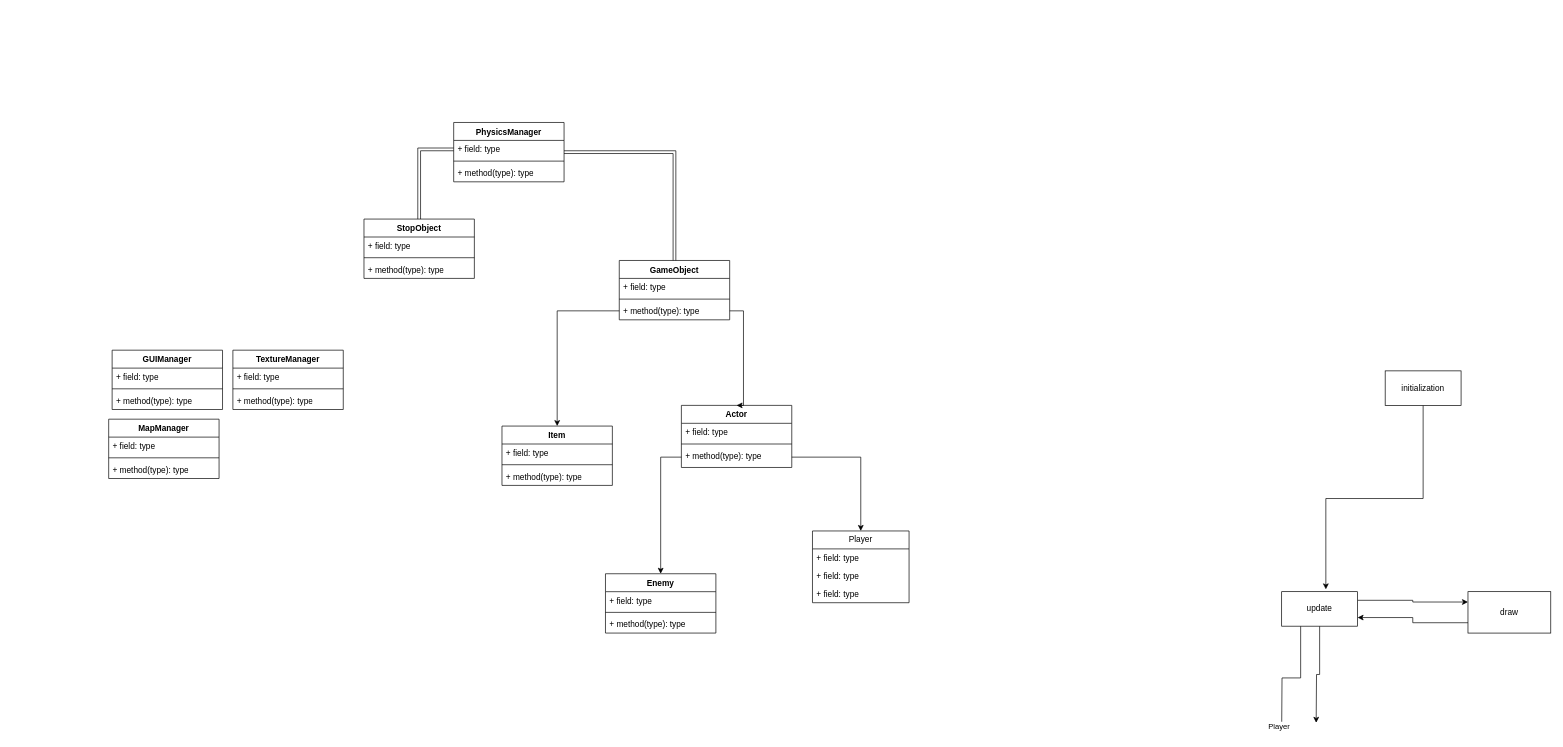
The draw.io diagram Hackaton_2023.drawio in progtime-net/drawIOPlan, before the edit. Source tidied: cells renumbered, new cells numbered last; positions are measured from the earlier drawing's top-left corner, leaving out a move shared by most shapes. Both pictures are drawn from the tidied source at 69%, with x=0, y=0 at pixel (108, 122).
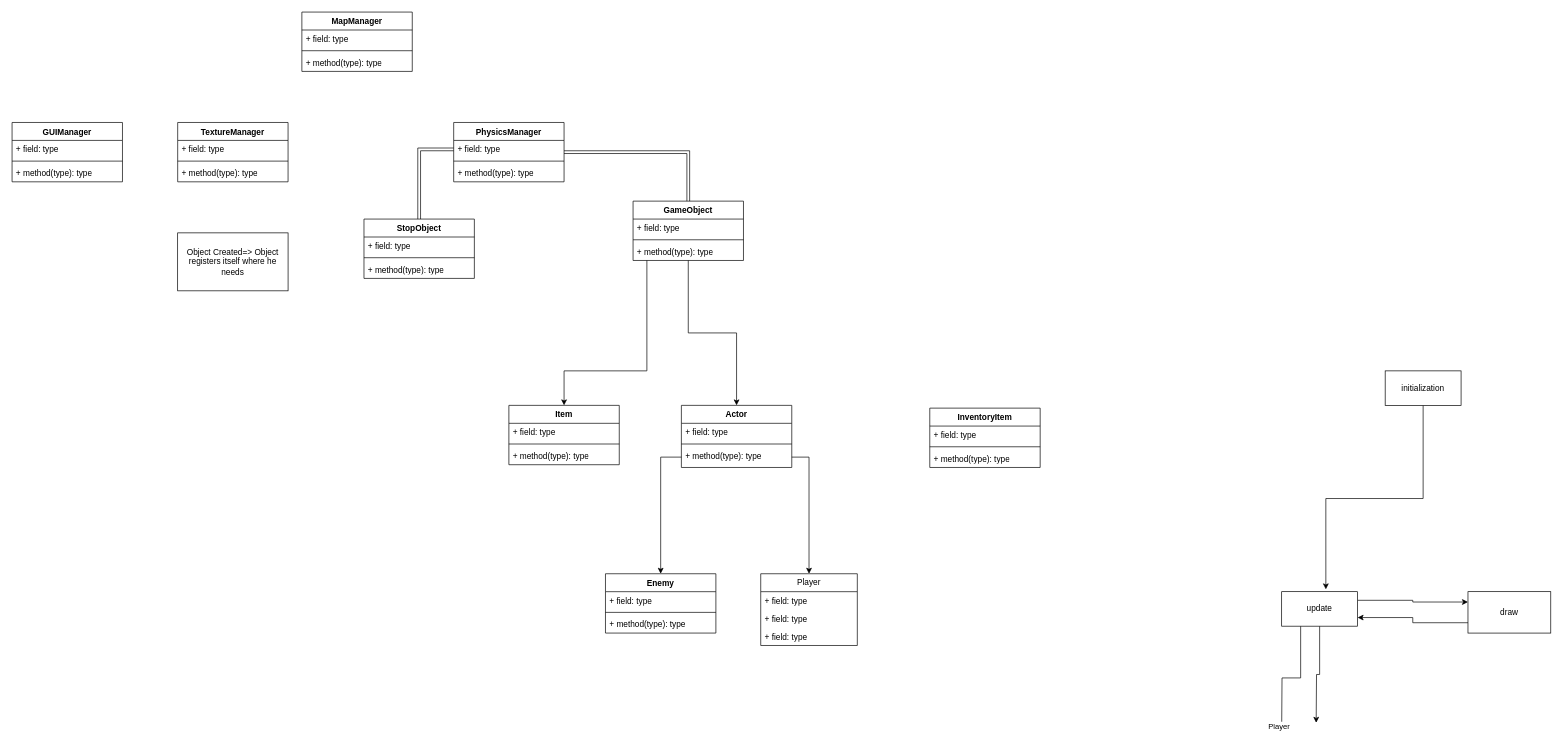
Above is the later version.

The change refers to these unchanged cells:
```xml
<mxCell id="11" value="Actor" style="swimlane;fontStyle=1;align=center;verticalAlign=top;horizontal=1;startSize=26;whiteSpace=wrap;html=1;" parent="1" vertex="1">
  <mxGeometry x="830" y="410" width="160" height="90" as="geometry" />
</mxCell>
<mxCell id="40" value="+ method(type): type" style="text;strokeColor=none;fillColor=none;align=left;verticalAlign=top;spacingLeft=4;spacingRight=4;overflow=hidden;points=[[0,0.5],[1,0.5]];portConstraint=eastwest;whiteSpace=wrap;html=1;" parent="37" vertex="1">
  <mxGeometry y="60" width="160" height="26" as="geometry" />
</mxCell>
```

What changed in the source:
```diff
@@
     <mxCell id="19" value="Player" style="swimlane;fontStyle=0;horizontal=1;startSize=26;fillColor=none;whiteSpace=wrap;html=1;" parent="1" vertex="1">
-      <mxGeometry x="1020" y="592" width="140" height="104" as="geometry" />
+      <mxGeometry x="945" y="654" width="140" height="104" as="geometry" />
     </mxCell>
@@
     <mxCell id="25" value="TextureManager" style="swimlane;fontStyle=1;align=center;verticalAlign=top;horizontal=1;startSize=26;whiteSpace=wrap;html=1;" parent="1" vertex="1">
-      <mxGeometry x="180" y="330" width="160" height="86" as="geometry" />
+      <mxGeometry x="100" width="160" height="86" as="geometry" />
     </mxCell>
@@
     <mxCell id="29" value="GUIManager" style="swimlane;fontStyle=1;align=center;verticalAlign=top;horizontal=1;startSize=26;whiteSpace=wrap;html=1;" parent="1" vertex="1">
-      <mxGeometry x="5" y="330" width="160" height="86" as="geometry" />
+      <mxGeometry x="-140" width="160" height="86" as="geometry" />
     </mxCell>
@@
     <mxCell id="33" value="MapManager&lt;br&gt;" style="swimlane;fontStyle=1;align=center;verticalAlign=top;horizontal=1;startSize=26;whiteSpace=wrap;html=1;" parent="1" vertex="1">
-      <mxGeometry y="430" width="160" height="86" as="geometry" />
+      <mxGeometry x="280" y="-160" width="160" height="86" as="geometry" />
     </mxCell>
@@
+    <mxCell id="57" style="edgeStyle=orthogonalEdgeStyle;rounded=0;jettySize=auto;html=1;" parent="1" edge="1" source="37" target="11">
+      <mxGeometry relative="1" as="geometry" />
+    </mxCell>
     <mxCell id="37" value="GameObject" style="swimlane;fontStyle=1;align=center;verticalAlign=top;horizontal=1;startSize=26;whiteSpace=wrap;html=1;" parent="1" vertex="1">
-      <mxGeometry x="740" y="200" width="160" height="86" as="geometry" />
+      <mxGeometry x="760" y="114" width="160" height="86" as="geometry" />
     </mxCell>
@@
-    <mxCell id="46" style="edgeStyle=orthogonalEdgeStyle;rounded=0;jettySize=auto;html=1;exitX=1;exitY=0.5;exitDx=0;exitDy=0;entryX=0.5;entryY=0;entryDx=0;entryDy=0;" parent="1" edge="1" source="40" target="11">
-      <mxGeometry relative="1" as="geometry">
-        <Array as="points">
-          <mxPoint x="920" y="273" />
-          <mxPoint x="920" y="410" />
-        </Array>
-      </mxGeometry>
-    </mxCell>
     <mxCell id="47" value="Item" style="swimlane;fontStyle=1;align=center;verticalAlign=top;horizontal=1;startSize=26;whiteSpace=wrap;html=1;" parent="1" vertex="1">
-      <mxGeometry x="570" y="440" width="160" height="86" as="geometry" />
+      <mxGeometry x="580" y="410" width="160" height="86" as="geometry" />
     </mxCell>
@@
     <mxCell id="51" style="edgeStyle=orthogonalEdgeStyle;rounded=0;jettySize=auto;html=1;entryX=0.5;entryY=0;entryDx=0;entryDy=0;" parent="1" edge="1" source="40" target="47">
-      <mxGeometry relative="1" as="geometry" />
+      <mxGeometry relative="1" as="geometry">
+        <Array as="points">
+          <mxPoint x="780" y="360" />
+          <mxPoint x="660" y="360" />
+        </Array>
+      </mxGeometry>
     </mxCell>
@@
+    <mxCell id="58" value="Object Created=&amp;gt; Object registers itself where he needs" style="html=1;whiteSpace=wrap;" parent="1" vertex="1">
+      <mxGeometry x="100" y="160" width="160" height="84" as="geometry" />
+    </mxCell>
+    <mxCell id="59" value="InventoryItem" style="swimlane;fontStyle=1;align=center;verticalAlign=top;horizontal=1;startSize=26;whiteSpace=wrap;html=1;" parent="1" vertex="1">
+      <mxGeometry x="1190" y="414" width="160" height="86" as="geometry" />
+    </mxCell>
+    <mxCell id="60" value="+ field: type" style="text;strokeColor=none;fillColor=none;align=left;verticalAlign=top;spacingLeft=4;spacingRight=4;overflow=hidden;whiteSpace=wrap;html=1;" parent="59" vertex="1">
+      <mxGeometry y="26" width="160" height="26" as="geometry" />
+    </mxCell>
+    <mxCell id="61" style="line;strokeWidth=1;fillColor=none;align=left;verticalAlign=middle;spacingTop=-1;spacingLeft=3;spacingRight=3;labelPosition=right;strokeColor=inherit;" parent="59" vertex="1">
+      <mxGeometry y="52" width="160" height="8" as="geometry" />
+    </mxCell>
+    <mxCell id="62" value="+ method(type): type" style="text;strokeColor=none;fillColor=none;align=left;verticalAlign=top;spacingLeft=4;spacingRight=4;overflow=hidden;whiteSpace=wrap;html=1;" parent="59" vertex="1">
+      <mxGeometry y="60" width="160" height="26" as="geometry" />
+    </mxCell>
```
